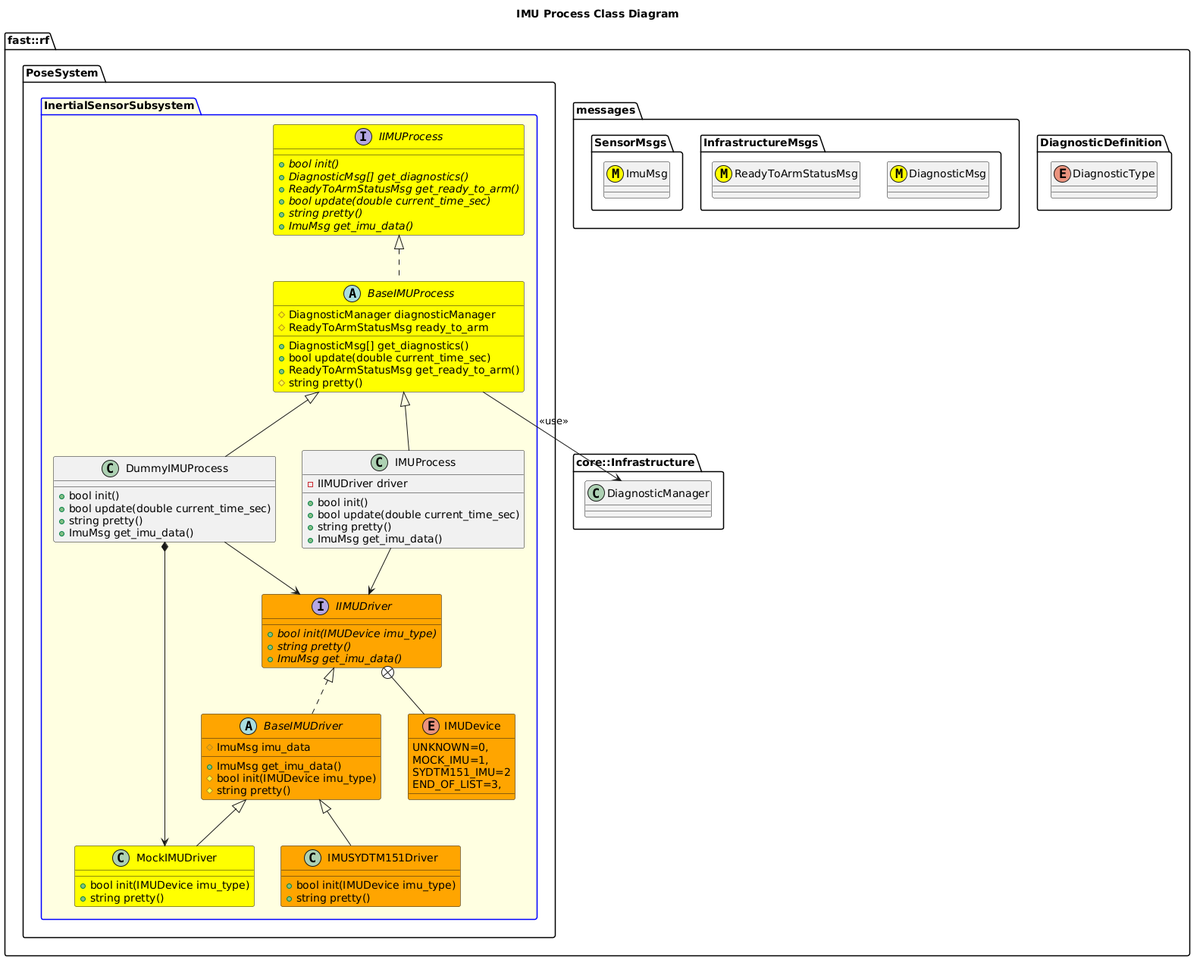
Earlier version of the PlantUML export Systems/Pose/Subsystems/InertialSensor/Processes/IMU/doc/puml/IMUProcessClassDiagram.png (fastrobotics/robot_framework).
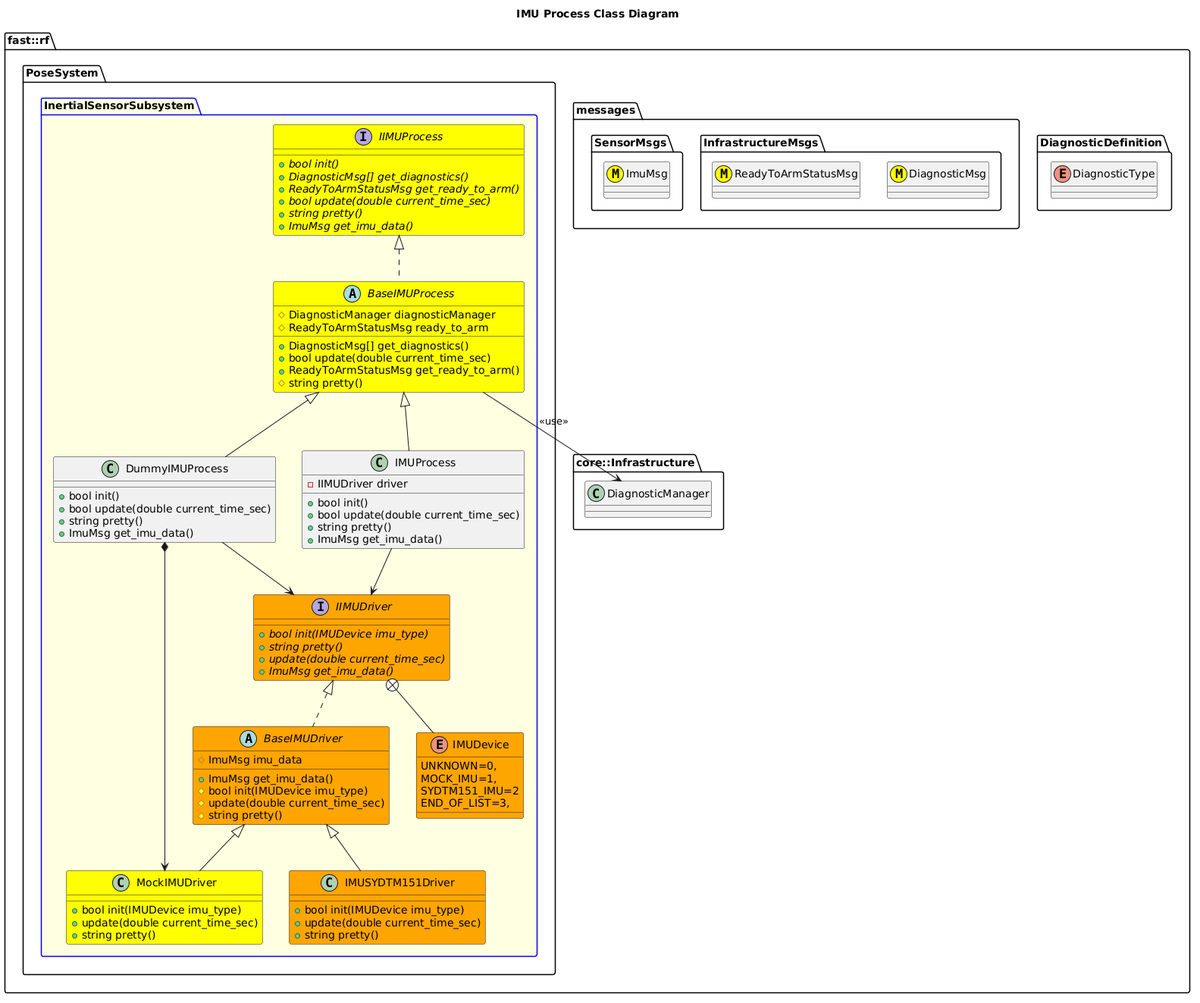
After the change.

The edit, as a diff of the source:
```diff
@@ -48,12 +48,14 @@
         interface IIMUDriver #Orange {
           +{abstract} bool init(IMUDevice imu_type)
           +{abstract} string pretty()
+          +{abstract} update(double current_time_sec)
           +{abstract} ImuMsg get_imu_data()
         }
         IIMUDriver +-- IMUDevice
         abstract BaseIMUDriver #Orange {
           +ImuMsg get_imu_data()
           #bool init(IMUDevice imu_type)
+          #update(double current_time_sec)
           #string pretty()
           #ImuMsg imu_data
         }
@@ -61,6 +63,7 @@
 
         class MockIMUDriver #Yellow {
            +bool init(IMUDevice imu_type)
+           +update(double current_time_sec)
            +string pretty()
 
         }
@@ -68,6 +71,7 @@
 
         class IMUSYDTM151Driver #Orange {
            +bool init(IMUDevice imu_type)
+           +update(double current_time_sec)
            +string pretty()
         }
         IMUSYDTM151Driver -up-|> BaseIMUDriver
```
